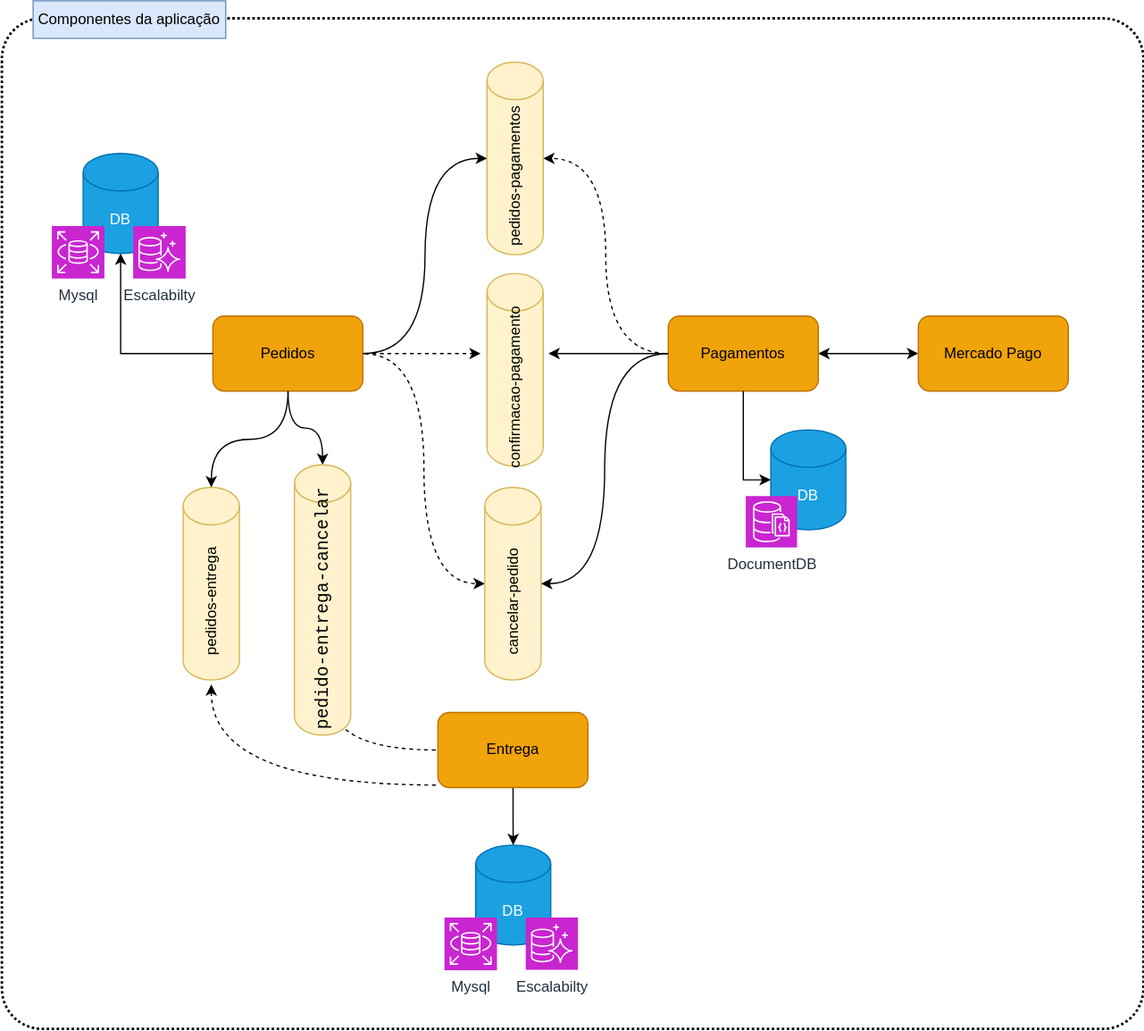
Before: diagrama_componentes_aws.svg, a diagram exported from draw.io (brunoblauzius-fiap/pedido). Source tidied: cells renumbered, new cells last; positions are measured from the earlier drawing's top-left corner, leaving out a move shared by most shapes.
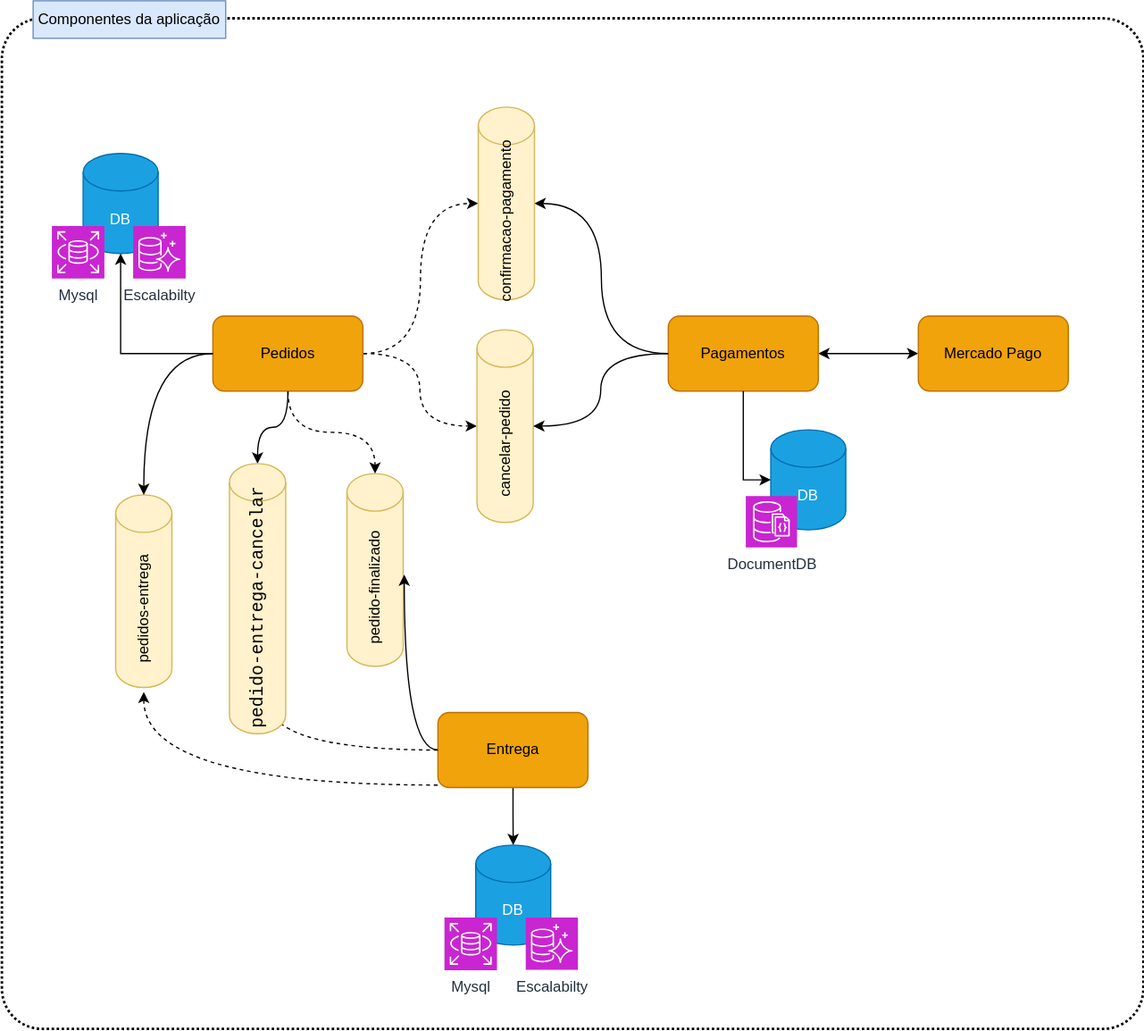
The same diagram one commit later.

Commit message:
adicionado fila subscribe de pedido finalizado

The edit, as a diff of the source:
```diff
@@ -5,5 +5,153 @@
     <mxCell id="2" style="rounded=1;arcSize=4;dashed=1;fillColor=none;gradientColor=none;dashPattern=1 1;strokeWidth=2;" parent="1" vertex="1">
       <mxGeometry width="913" height="808" as="geometry" />
     </mxCell>
+    <mxCell id="3" style="edgeStyle=orthogonalEdgeStyle;rounded=0;jettySize=auto;html=1;dashed=1;flowAnimation=1;entryX=0;entryY=0.5;entryDx=0;entryDy=0;entryPerimeter=0;curved=1;" parent="1" edge="1" source="6" target="34">
+      <mxGeometry relative="1" as="geometry" />
+    </mxCell>
+    <mxCell id="4" style="edgeStyle=orthogonalEdgeStyle;rounded=0;jettySize=auto;html=1;entryX=0;entryY=0.5;entryDx=0;entryDy=0;curved=1;dashed=1;entryPerimeter=0;flowAnimation=1;" parent="1" edge="1" source="6" target="37">
+      <mxGeometry relative="1" as="geometry" />
+    </mxCell>
+    <mxCell id="5" style="edgeStyle=orthogonalEdgeStyle;rounded=0;jettySize=auto;html=1;entryX=0.5;entryY=0;entryDx=0;entryDy=0;entryPerimeter=0;curved=1;" parent="1" edge="1" source="6" target="43">
+      <mxGeometry relative="1" as="geometry" />
+    </mxCell>
+    <mxCell id="6" value="Pedidos" style="rounded=1;whiteSpace=wrap;html=1;fillColor=#f0a30a;fontColor=#000000;strokeColor=#BD7000;" parent="1" vertex="1">
+      <mxGeometry x="168.8" y="238" width="120" height="60" as="geometry" />
+    </mxCell>
+    <mxCell id="7" style="edgeStyle=orthogonalEdgeStyle;rounded=0;jettySize=auto;html=1;startArrow=classic;startFill=1;" parent="1" edge="1" source="9" target="26">
+      <mxGeometry relative="1" as="geometry" />
+    </mxCell>
+    <mxCell id="8" style="edgeStyle=orthogonalEdgeStyle;rounded=0;jettySize=auto;html=1;entryX=1;entryY=0.5;entryDx=0;entryDy=0;entryPerimeter=0;curved=1;" parent="1" edge="1" source="9" target="34">
+      <mxGeometry relative="1" as="geometry" />
+    </mxCell>
+    <mxCell id="9" value="Pagamentos" style="rounded=1;whiteSpace=wrap;html=1;fillColor=#f0a30a;fontColor=#000000;strokeColor=#BD7000;" parent="1" vertex="1">
+      <mxGeometry x="533" y="238" width="120" height="60" as="geometry" />
+    </mxCell>
+    <mxCell id="10" style="edgeStyle=orthogonalEdgeStyle;rounded=0;jettySize=auto;html=1;" parent="1" edge="1" source="13" target="23">
+      <mxGeometry relative="1" as="geometry" />
+    </mxCell>
+    <mxCell id="11" style="edgeStyle=orthogonalEdgeStyle;rounded=0;jettySize=auto;html=1;entryX=0;entryY=0.5;entryDx=0;entryDy=0;dashed=1;curved=1;flowAnimation=1;" parent="1" edge="1" source="13" target="31">
+      <mxGeometry relative="1" as="geometry">
+        <Array as="points">
+          <mxPoint x="114" y="613" />
+        </Array>
+      </mxGeometry>
+    </mxCell>
+    <mxCell id="12" style="edgeStyle=orthogonalEdgeStyle;rounded=0;jettySize=auto;html=1;entryX=0;entryY=0.75;entryDx=0;entryDy=0;curved=1;dashed=1;flowAnimation=1;" parent="1" edge="1" source="13" target="44">
+      <mxGeometry relative="1" as="geometry" />
+    </mxCell>
+    <mxCell id="13" value="Entrega" style="rounded=1;whiteSpace=wrap;html=1;fillColor=#f0a30a;fontColor=#000000;strokeColor=#BD7000;" parent="1" vertex="1">
+      <mxGeometry x="348.8" y="555" width="120" height="60" as="geometry" />
+    </mxCell>
+    <mxCell id="14" style="group;" parent="1" vertex="1">
+      <mxGeometry x="588" y="329" width="87" height="94" as="geometry" />
+    </mxCell>
+    <mxCell id="15" value="DB" style="shape=cylinder3;whiteSpace=wrap;html=1;boundedLbl=1;backgroundOutline=1;size=15;fillColor=#1ba1e2;fontColor=#ffffff;strokeColor=#006EAF;" parent="14" vertex="1">
+      <mxGeometry x="27" width="60" height="80" as="geometry" />
+    </mxCell>
+    <mxCell id="16" value="DocumentDB" style="sketch=0;fontColor=#232F3E;fillColor=#C925D1;strokeColor=#ffffff;dashed=0;verticalLabelPosition=bottom;verticalAlign=top;align=center;html=1;fontSize=12;fontStyle=0;shape=mxgraph.aws4.resourceIcon;resIcon=mxgraph.aws4.documentdb_with_mongodb_compatibility;" parent="14" vertex="1">
+      <mxGeometry x="7" y="53" width="41" height="41" as="geometry" />
+    </mxCell>
+    <mxCell id="17" style="edgeStyle=orthogonalEdgeStyle;rounded=0;jettySize=auto;html=1;entryX=0;entryY=0.5;entryDx=0;entryDy=0;entryPerimeter=0;" parent="1" edge="1" source="9" target="15">
+      <mxGeometry relative="1" as="geometry" />
+    </mxCell>
+    <mxCell id="18" style="group;" parent="1" vertex="1">
+      <mxGeometry x="27" y="108" width="131.8" height="100" as="geometry" />
+    </mxCell>
+    <mxCell id="19" value="DB" style="shape=cylinder3;whiteSpace=wrap;html=1;boundedLbl=1;backgroundOutline=1;size=15;fillColor=#1ba1e2;fontColor=#ffffff;strokeColor=#006EAF;" parent="18" vertex="1">
+      <mxGeometry x="38" width="60" height="80" as="geometry" />
+    </mxCell>
+    <mxCell id="20" value="Mysql" style="sketch=0;fontColor=#232F3E;fillColor=#C925D1;strokeColor=#ffffff;dashed=0;verticalLabelPosition=bottom;verticalAlign=top;align=center;html=1;fontSize=12;fontStyle=0;shape=mxgraph.aws4.resourceIcon;resIcon=mxgraph.aws4.rds;" parent="18" vertex="1">
+      <mxGeometry x="13" y="58" width="42" height="42" as="geometry" />
+    </mxCell>
+    <mxCell id="21" value="Escalabilty" style="sketch=0;fontColor=#232F3E;fillColor=#C925D1;strokeColor=#ffffff;dashed=0;verticalLabelPosition=bottom;verticalAlign=top;align=center;html=1;fontSize=12;fontStyle=0;shape=mxgraph.aws4.resourceIcon;resIcon=mxgraph.aws4.aurora;" parent="18" vertex="1">
+      <mxGeometry x="78" y="58" width="42" height="42" as="geometry" />
+    </mxCell>
+    <mxCell id="22" style="group;" parent="1" vertex="1">
+      <mxGeometry x="341" y="661" width="131.8" height="100" as="geometry" />
+    </mxCell>
+    <mxCell id="23" value="DB" style="shape=cylinder3;whiteSpace=wrap;html=1;boundedLbl=1;backgroundOutline=1;size=15;fillColor=#1ba1e2;fontColor=#ffffff;strokeColor=#006EAF;" parent="22" vertex="1">
+      <mxGeometry x="38" width="60" height="80" as="geometry" />
+    </mxCell>
+    <mxCell id="24" value="Mysql" style="sketch=0;fontColor=#232F3E;fillColor=#C925D1;strokeColor=#ffffff;dashed=0;verticalLabelPosition=bottom;verticalAlign=top;align=center;html=1;fontSize=12;fontStyle=0;shape=mxgraph.aws4.resourceIcon;resIcon=mxgraph.aws4.rds;" parent="22" vertex="1">
+      <mxGeometry x="13" y="58" width="42" height="42" as="geometry" />
+    </mxCell>
+    <mxCell id="25" value="Escalabilty" style="sketch=0;fontColor=#232F3E;fillColor=#C925D1;strokeColor=#ffffff;dashed=0;verticalLabelPosition=bottom;verticalAlign=top;align=center;html=1;fontSize=12;fontStyle=0;shape=mxgraph.aws4.resourceIcon;resIcon=mxgraph.aws4.aurora;" parent="22" vertex="1">
+      <mxGeometry x="78" y="58" width="41.8" height="41.8" as="geometry" />
+    </mxCell>
+    <mxCell id="26" value="Mercado Pago" style="rounded=1;whiteSpace=wrap;html=1;fillColor=#f0a30a;fontColor=#000000;strokeColor=#BD7000;" parent="1" vertex="1">
+      <mxGeometry x="733" y="238" width="120" height="60" as="geometry" />
+    </mxCell>
+    <mxCell id="27" value="Componentes da aplicação" style="text;html=1;align=center;verticalAlign=middle;whiteSpace=wrap;rounded=0;fillColor=#dae8fc;strokeColor=#6c8ebf;" parent="1" vertex="1">
+      <mxGeometry x="25" y="-14" width="154" height="30" as="geometry" />
+    </mxCell>
+    <mxCell id="28" style="group;" parent="1" vertex="1">
+      <mxGeometry x="91" y="381" width="45" height="157.5" as="geometry" />
+    </mxCell>
+    <mxCell id="29" style="group;" parent="28" vertex="1">
+      <mxGeometry width="45" height="157.5" as="geometry" />
+    </mxCell>
+    <mxCell id="30" style="shape=cylinder3;whiteSpace=wrap;html=1;boundedLbl=1;backgroundOutline=1;size=15;fillColor=#fff2cc;strokeColor=#d6b656;" parent="29" vertex="1">
+      <mxGeometry width="45" height="154" as="geometry" />
+    </mxCell>
+    <mxCell id="31" value="pedidos-entrega" style="text;html=1;align=center;verticalAlign=middle;whiteSpace=wrap;rounded=0;rotation=-90;" parent="29" vertex="1">
+      <mxGeometry x="-43.3" y="76.7" width="131.6" height="30" as="geometry" />
+    </mxCell>
+    <mxCell id="32" style="edgeStyle=orthogonalEdgeStyle;rounded=0;jettySize=auto;html=1;entryX=0.5;entryY=0;entryDx=0;entryDy=0;entryPerimeter=0;curved=1;" parent="1" edge="1" source="6" target="30">
+      <mxGeometry relative="1" as="geometry" />
+    </mxCell>
+    <mxCell id="33" style="group;" parent="1" vertex="1">
+      <mxGeometry x="381" y="71" width="45" height="157.5" as="geometry" />
+    </mxCell>
+    <mxCell id="34" style="shape=cylinder3;whiteSpace=wrap;html=1;boundedLbl=1;backgroundOutline=1;size=15;fillColor=#fff2cc;strokeColor=#d6b656;" parent="33" vertex="1">
+      <mxGeometry width="45" height="154" as="geometry" />
+    </mxCell>
+    <mxCell id="35" value="confirmacao-pagamento" style="text;html=1;align=center;verticalAlign=middle;whiteSpace=wrap;rounded=0;rotation=-90;" parent="33" vertex="1">
+      <mxGeometry x="-43.3" y="76.7" width="131.6" height="30" as="geometry" />
+    </mxCell>
+    <mxCell id="36" style="group;" parent="1" vertex="1">
+      <mxGeometry x="380" y="249" width="45" height="157.5" as="geometry" />
+    </mxCell>
+    <mxCell id="37" style="shape=cylinder3;whiteSpace=wrap;html=1;boundedLbl=1;backgroundOutline=1;size=15;fillColor=#fff2cc;strokeColor=#d6b656;" parent="36" vertex="1">
+      <mxGeometry width="45" height="154" as="geometry" />
+    </mxCell>
+    <mxCell id="38" value="cancelar-pedido" style="text;html=1;align=center;verticalAlign=middle;whiteSpace=wrap;rounded=0;rotation=-90;" parent="36" vertex="1">
+      <mxGeometry x="-43.3" y="76.7" width="131.6" height="30" as="geometry" />
+    </mxCell>
+    <mxCell id="39" style="edgeStyle=orthogonalEdgeStyle;rounded=0;jettySize=auto;html=1;entryX=1;entryY=0.5;entryDx=0;entryDy=0;entryPerimeter=0;curved=1;" parent="1" edge="1" source="9" target="37">
+      <mxGeometry relative="1" as="geometry" />
+    </mxCell>
+    <mxCell id="40" style="edgeStyle=orthogonalEdgeStyle;rounded=0;jettySize=auto;html=1;entryX=0.5;entryY=1;entryDx=0;entryDy=0;entryPerimeter=0;" parent="1" edge="1" source="6" target="19">
+      <mxGeometry relative="1" as="geometry" />
+    </mxCell>
+    <mxCell id="41" style="group;" parent="1" vertex="1">
+      <mxGeometry x="182" y="380" width="45" height="192" as="geometry" />
+    </mxCell>
+    <mxCell id="42" style="group;" parent="41" vertex="1">
+      <mxGeometry y="-24" width="45" height="216" as="geometry" />
+    </mxCell>
+    <mxCell id="43" style="shape=cylinder3;whiteSpace=wrap;html=1;boundedLbl=1;backgroundOutline=1;size=15;fillColor=#fff2cc;strokeColor=#d6b656;" parent="42" vertex="1">
+      <mxGeometry width="45" height="216" as="geometry" />
+    </mxCell>
+    <mxCell id="44" value="&lt;div style=&quot;font-family: Consolas, &amp;quot;Courier New&amp;quot;, monospace; font-size: 14px; line-height: 19px; white-space: pre;&quot;&gt;pedido-entrega-cancelar&lt;/div&gt;" style="text;html=1;align=center;verticalAlign=middle;whiteSpace=wrap;rounded=0;rotation=-90;" parent="42" vertex="1">
+      <mxGeometry x="-43.3" y="100.7" width="131.6" height="30" as="geometry" />
+    </mxCell>
+    <mxCell id="45" style="group;" parent="1" vertex="1">
+      <mxGeometry x="276" y="364" width="45" height="157.5" as="geometry" />
+    </mxCell>
+    <mxCell id="46" style="group;" parent="45" vertex="1">
+      <mxGeometry width="45" height="157.5" as="geometry" />
+    </mxCell>
+    <mxCell id="47" style="shape=cylinder3;whiteSpace=wrap;html=1;boundedLbl=1;backgroundOutline=1;size=15;fillColor=#fff2cc;strokeColor=#d6b656;" parent="46" vertex="1">
+      <mxGeometry width="45" height="154" as="geometry" />
+    </mxCell>
+    <mxCell id="48" value="pedido-finalizado" style="text;html=1;align=center;verticalAlign=middle;whiteSpace=wrap;rounded=0;rotation=-90;" parent="46" vertex="1">
+      <mxGeometry x="-43.3" y="76.7" width="131.6" height="30" as="geometry" />
+    </mxCell>
+    <mxCell id="49" style="edgeStyle=orthogonalEdgeStyle;rounded=0;jettySize=auto;html=1;entryX=0.5;entryY=0;entryDx=0;entryDy=0;entryPerimeter=0;dashed=1;flowAnimation=1;curved=1;" parent="1" edge="1" source="6" target="47">
+      <mxGeometry relative="1" as="geometry" />
+    </mxCell>
+    <mxCell id="50" style="edgeStyle=orthogonalEdgeStyle;rounded=0;jettySize=auto;html=1;entryX=0.583;entryY=1.278;entryDx=0;entryDy=0;entryPerimeter=0;curved=1;" parent="1" edge="1" source="13" target="48">
+      <mxGeometry relative="1" as="geometry" />
+    </mxCell>
   </root>
 </mxGraphModel>
```
